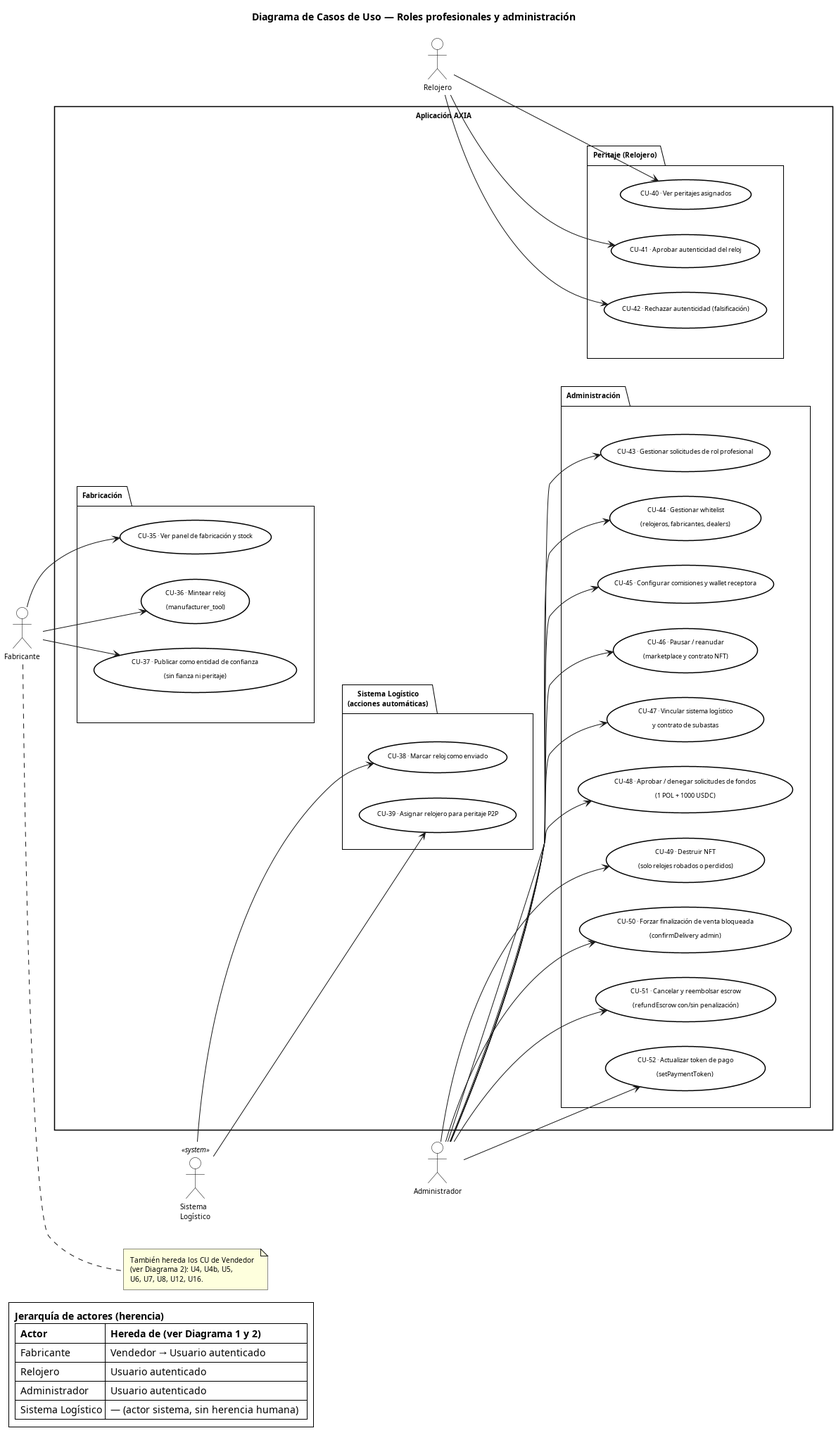
This is docs/diagramas/CU_Aplicacion_3_Profesionales.png from carlosherrerog/AXIA, a PlantUML export, as it was before one commit. The source it was exported from:
```plantuml
@startuml CU_Aplicacion_3_Profesionales

title Diagrama de Casos de Uso — Roles profesionales y administración

skinparam actorStyle default
skinparam defaultFontName Arial
skinparam defaultFontSize 10
skinparam shadowing false
skinparam roundCorner 0
skinparam backgroundColor #FFFFFF
skinparam Padding 4

skinparam actor {
  BackgroundColor #FFFFFF
  BorderColor #000000
  FontColor #000000
  FontSize 10
}
skinparam usecase {
  BackgroundColor #FFFFFF
  BorderColor #000000
  FontColor #000000
  BorderThickness 1.5
  FontSize 9
}
skinparam package {
  BackgroundColor #FFFFFF
  BorderColor #000000
  FontColor #000000
  BorderThickness 1
  FontSize 10
}
skinparam rectangle {
  BackgroundColor #FFFFFF
  BorderColor #000000
  FontColor #000000
  BorderThickness 1.5
}

left to right direction

actor "Fabricante"               as Fab
actor "Relojero"                 as Watch
actor "Administrador"            as Admin
actor "Sistema\nLogístico"       as Sys  <<system>>

rectangle "  Aplicación AXIA  " {

  package "Fabricación" as PKG_FAB {
    usecase "CU-35 · Ver panel de fabricación y stock"                          as CU_35
    usecase "CU-36 · Mintear reloj\n(manufacturer_tool)"                        as CU_36
    usecase "CU-37 · Publicar como entidad de confianza\n(sin fianza ni peritaje)" as CU_37
  }

  package "Sistema Logístico\n(acciones automáticas)" as PKG_SYS {
    usecase "CU-38 · Marcar reloj como enviado"                                 as CU_38
    usecase "CU-39 · Asignar relojero para peritaje P2P"                        as CU_39
  }

  package "Peritaje (Relojero)" as PKG_PER {
    usecase "CU-40 · Ver peritajes asignados"                                   as CU_40
    usecase "CU-41 · Aprobar autenticidad del reloj"                            as CU_41
    usecase "CU-42 · Rechazar autenticidad (falsificación)"                     as CU_42
  }

  package "Administración" as PKG_ADM {
    usecase "CU-43 · Gestionar solicitudes de rol profesional"                  as CU_43
    usecase "CU-44 · Gestionar whitelist\n(relojeros, fabricantes, dealers)"    as CU_44
    usecase "CU-45 · Configurar comisiones y wallet receptora"                  as CU_45
    usecase "CU-46 · Pausar / reanudar\n(marketplace y contrato NFT)"           as CU_46
    usecase "CU-47 · Vincular sistema logístico\ny contrato de subastas"        as CU_47
    usecase "CU-48 · Aprobar / denegar solicitudes de fondos\n(1 POL + 1000 USDC)" as CU_48
    usecase "CU-49 · Destruir NFT\n(solo relojes robados o perdidos)"          as CU_49
    usecase "CU-50 · Forzar finalización de venta bloqueada\n(confirmDelivery admin)" as CU_50
    usecase "CU-51 · Cancelar y reembolsar escrow\n(refundEscrow con/sin penalización)" as CU_51
    usecase "CU-52 · Actualizar token de pago\n(setPaymentToken)"              as CU_52
  }

  PKG_FAB -[hidden]r-> PKG_ADM
  PKG_SYS -[hidden]r-> PKG_ADM
  PKG_PER -[hidden]r-> PKG_ADM
  PKG_FAB -[hidden]d-> PKG_SYS
  PKG_SYS -[hidden]d-> PKG_PER
}

Fab   --> CU_35
Fab   --> CU_36
Fab   --> CU_37

Watch --> CU_40
Watch --> CU_41
Watch --> CU_42

Sys   --> CU_38
Sys   --> CU_39

Admin --> CU_43
Admin --> CU_44
Admin --> CU_45
Admin --> CU_46
Admin --> CU_47
Admin --> CU_48
Admin --> CU_49
Admin --> CU_50
Admin --> CU_51
Admin --> CU_52

note right of Fab
  También hereda los CU de Vendedor
  (ver Diagrama 2): U4, U4b, U5,
  U6, U7, U8, U12, U16.
end note

legend bottom left
  <b>Jerarquía de actores (herencia)</b>
  |= Actor           |= Hereda de (ver Diagrama 1 y 2)        |
  | Fabricante       | Vendedor → Usuario autenticado          |
  | Relojero         | Usuario autenticado                     |
  | Administrador    | Usuario autenticado                     |
  | Sistema Logístico| — (actor sistema, sin herencia humana)  |
endlegend

@enduml
```
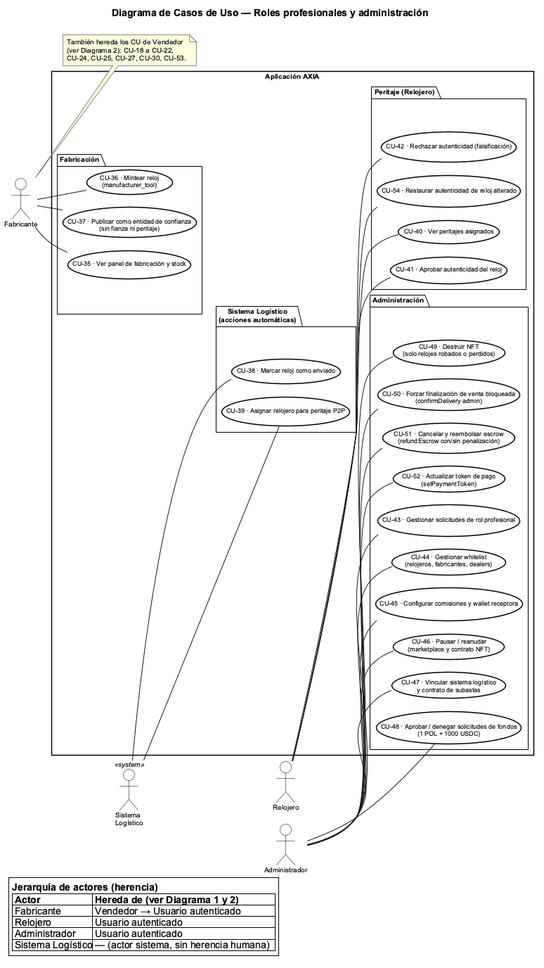
After the commit.

Diff of the diagram source:
```diff
@@ -1,4 +1,5 @@
 @startuml CU_Aplicacion_3_Profesionales
+!pragma layout smetana
 
 title Diagrama de Casos de Uso — Roles profesionales y administración
 
@@ -8,7 +9,6 @@
 skinparam shadowing false
 skinparam roundCorner 0
 skinparam backgroundColor #FFFFFF
-skinparam Padding 4
 
 skinparam actor {
   BackgroundColor #FFFFFF
@@ -61,6 +61,7 @@
     usecase "CU-40 · Ver peritajes asignados"                                   as CU_40
     usecase "CU-41 · Aprobar autenticidad del reloj"                            as CU_41
     usecase "CU-42 · Rechazar autenticidad (falsificación)"                     as CU_42
+    usecase "CU-54 · Restaurar autenticidad de reloj alterado"                  as CU_54
   }
 
   package "Administración" as PKG_ADM {
@@ -83,32 +84,33 @@
   PKG_SYS -[hidden]d-> PKG_PER
 }
 
-Fab   --> CU_35
-Fab   --> CU_36
-Fab   --> CU_37
+Fab   -- CU_35
+Fab   -- CU_36
+Fab   -- CU_37
 
-Watch --> CU_40
-Watch --> CU_41
-Watch --> CU_42
+Watch -- CU_40
+Watch -- CU_41
+Watch -- CU_42
+Watch -- CU_54
 
-Sys   --> CU_38
-Sys   --> CU_39
+Sys   -- CU_38
+Sys   -- CU_39
 
-Admin --> CU_43
-Admin --> CU_44
-Admin --> CU_45
-Admin --> CU_46
-Admin --> CU_47
-Admin --> CU_48
-Admin --> CU_49
-Admin --> CU_50
-Admin --> CU_51
-Admin --> CU_52
+Admin -- CU_43
+Admin -- CU_44
+Admin -- CU_45
+Admin -- CU_46
+Admin -- CU_47
+Admin -- CU_48
+Admin -- CU_49
+Admin -- CU_50
+Admin -- CU_51
+Admin -- CU_52
 
 note right of Fab
   También hereda los CU de Vendedor
-  (ver Diagrama 2): U4, U4b, U5,
-  U6, U7, U8, U12, U16.
+  (ver Diagrama 2): CU-18 a CU-22,
+  CU-24, CU-25, CU-27, CU-30, CU-53.
 end note
 
 legend bottom left
```
